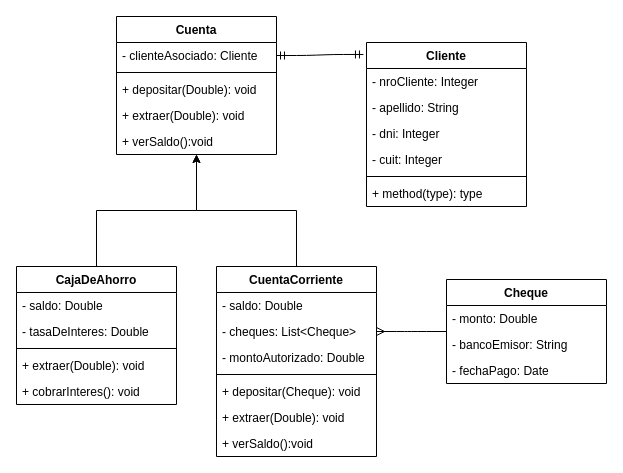
This is diagramas/SistemaBanco.drawio from locchiato/clases-poo, a draw.io file, before an edit. Source tidied: cells renumbered, new cells numbered last; positions are measured from the earlier drawing's top-left corner, leaving out a move shared by most shapes. Both pictures are drawn from the tidied source at 100%, with x=0, y=0 at pixel (16, 16).
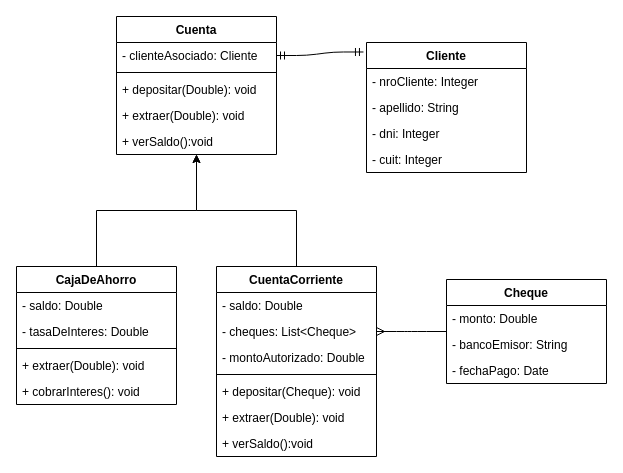
After the change.

The edit, as a diff of the source:
```diff
@@
     <mxCell id="2" value="Cliente" style="swimlane;fontStyle=1;align=center;verticalAlign=top;horizontal=1;startSize=26;" parent="1" vertex="1">
-      <mxGeometry x="350" y="26" width="160" height="164" as="geometry" />
+      <mxGeometry x="350" y="26" width="160" height="130" as="geometry" />
     </mxCell>
@@
-    <mxCell id="7" style="line;strokeWidth=1;fillColor=none;align=left;verticalAlign=middle;spacingTop=-1;spacingLeft=3;spacingRight=3;labelPosition=right;" parent="2" vertex="1">
-      <mxGeometry y="130" width="160" height="8" as="geometry" />
-    </mxCell>
-    <mxCell id="8" value="+ method(type): type" style="text;strokeColor=none;fillColor=none;align=left;verticalAlign=top;spacingLeft=4;spacingRight=4;overflow=hidden;" parent="2" vertex="1">
-      <mxGeometry y="138" width="160" height="26" as="geometry" />
-    </mxCell>
```
